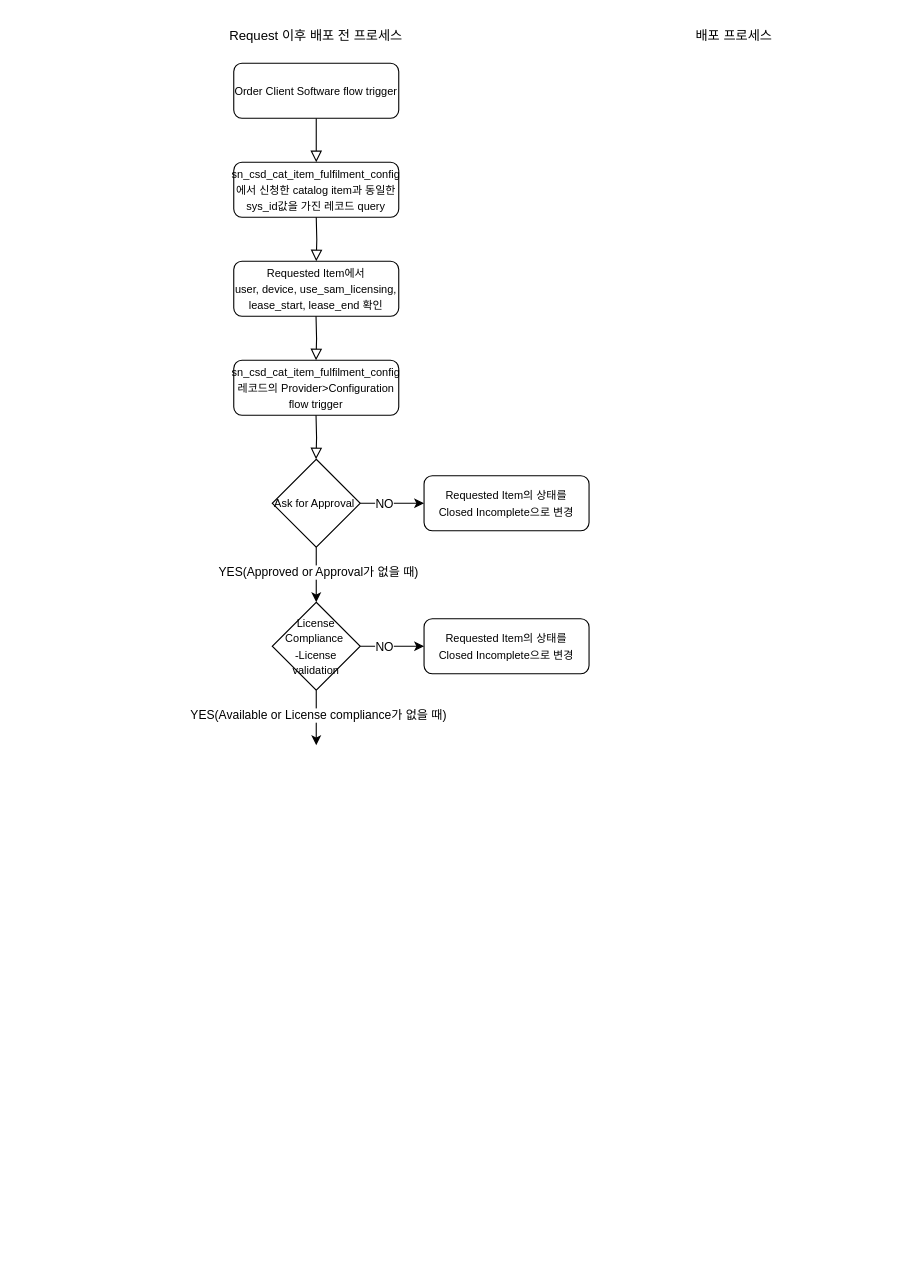
Earlier version of the draw.io diagram page "request 이후 프로세스" (2 of 2) of Jamf 배포.drawio (okrang/ServiceNow). Source tidied: cells renumbered, new cells numbered last; positions are measured from the earlier drawing's top-left corner, leaving out a move shared by most shapes. Both pictures are drawn from the tidied source at 110%, with x=0, y=0 at pixel (228, 19).
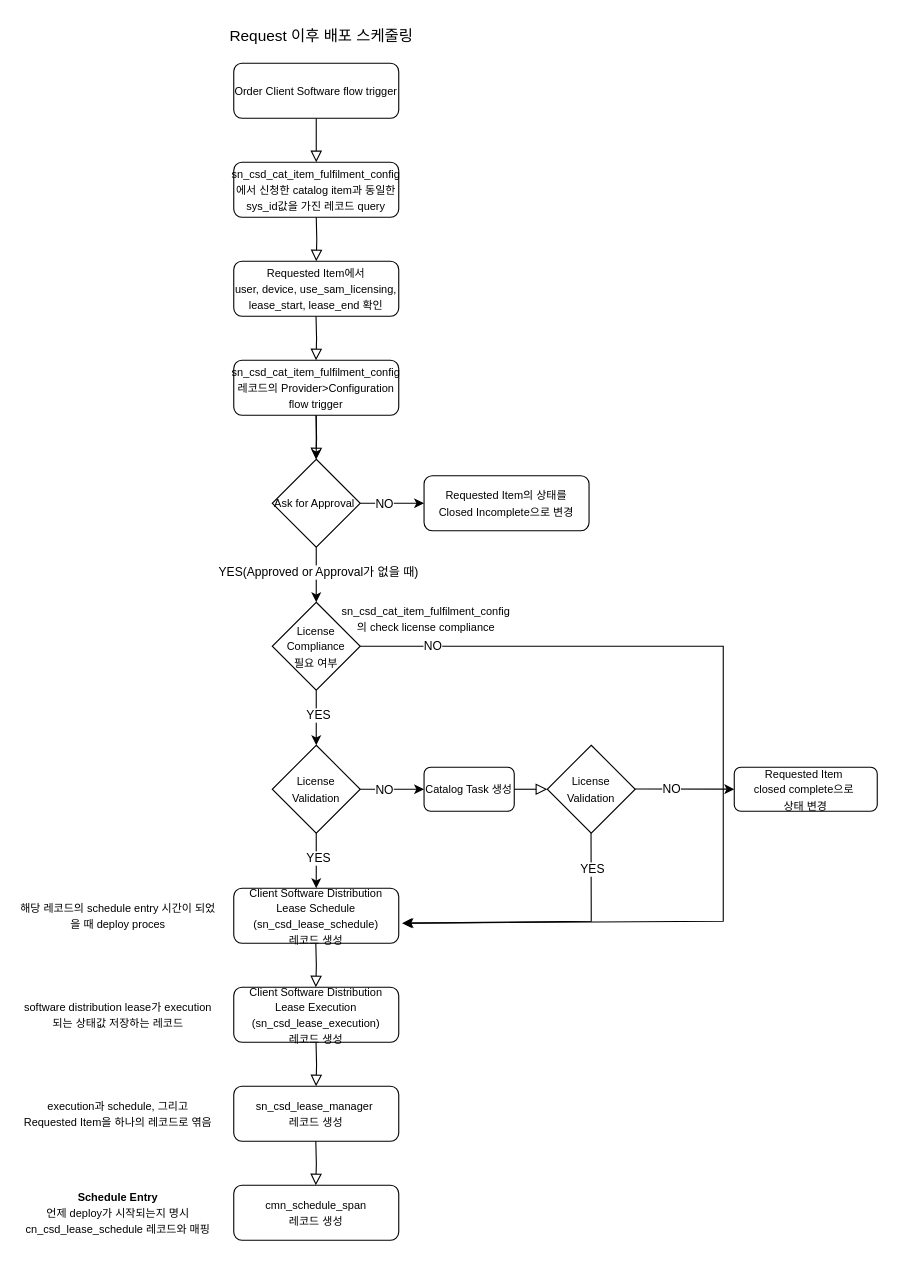
After the change.

Commit message:
Jamf 배포.drawio 업데이트

Unchanged cells that the change refers to:
```xml
<mxCell id="11" value="&lt;span style=&quot;font-size: 10px;&quot;&gt;Ask for Approval&amp;nbsp;&lt;/span&gt;" style="rhombus;whiteSpace=wrap;html=1;" parent="1" vertex="1">
  <mxGeometry x="40" y="400" width="80" height="80" as="geometry" />
</mxCell>
<mxCell id="14" value="&lt;span style=&quot;font-size: 10px;&quot;&gt;sn_csd_cat_item_fulfilment_config 레코드의 Provider&amp;gt;Configuration flow trigger&lt;/span&gt;" style="rounded=1;whiteSpace=wrap;html=1;fontSize=12;glass=0;strokeWidth=1;shadow=0;" parent="1" vertex="1">
  <mxGeometry x="5" y="310" width="150" height="50" as="geometry" />
</mxCell>
<mxCell id="19" style="endArrow=classic;html=1;rounded=0;exitX=0.5;exitY=1;exitDx=0;exitDy=0;entryX=0.5;entryY=0;entryDx=0;entryDy=0;" parent="1" edge="1" source="21">
  <mxGeometry relative="1" as="geometry">
    <mxPoint x="80" y="660" as="targetPoint" />
  </mxGeometry>
</mxCell>
```

Change to the diagram source:
```diff
@@
-    <mxCell id="2" value="Request 이후 배포 전 프로세스" style="text;html=1;align=center;verticalAlign=middle;whiteSpace=wrap;rounded=0;" parent="1" vertex="1">
-      <mxGeometry width="160" height="30" as="geometry" />
+    <mxCell id="2" value="&lt;font style=&quot;font-size: 14px;&quot;&gt;Request 이후 배포 스케줄링&lt;/font&gt;" style="text;html=1;align=center;verticalAlign=middle;whiteSpace=wrap;rounded=0;" parent="1" vertex="1">
+      <mxGeometry x="-40" width="250" height="30" as="geometry" />
     </mxCell>
@@
+    <mxCell id="24" style="edgeStyle=orthogonalEdgeStyle;rounded=0;jettySize=auto;html=1;" parent="1" edge="1" source="14" target="11">
+      <mxGeometry relative="1" as="geometry" />
+    </mxCell>
@@
-    <mxCell id="17" style="endArrow=classic;html=1;rounded=0;exitX=1;exitY=0.5;exitDx=0;exitDy=0;" parent="1" edge="1" source="21">
-      <mxGeometry relative="1" as="geometry">
-        <mxPoint x="178" y="570" as="targetPoint" />
-      </mxGeometry>
-    </mxCell>
-    <mxCell id="18" value="NO" style="edgeLabel;html=1;align=center;verticalAlign=middle;" parent="17" vertex="1">
-      <mxGeometry x="-0.26" relative="1" as="geometry" />
-    </mxCell>
@@
-    <mxCell id="20" value="YES(Available or License compliance가 없을 때)" style="edgeLabel;html=1;align=center;verticalAlign=middle;" parent="19" vertex="1">
+    <mxCell id="20" value="YES" style="edgeLabel;html=1;align=center;verticalAlign=middle;" parent="19" vertex="1">
       <mxGeometry x="-0.12" y="1" relative="1" as="geometry" />
     </mxCell>
-    <mxCell id="21" value="&lt;span style=&quot;font-size: 10px;&quot;&gt;License&lt;/span&gt;&lt;div&gt;&lt;span style=&quot;font-size: 10px;&quot;&gt;Compliance&amp;nbsp;&lt;/span&gt;&lt;/div&gt;&lt;div&gt;&lt;span style=&quot;font-size: 10px;&quot;&gt;-License validation&lt;/span&gt;&lt;/div&gt;" style="rhombus;whiteSpace=wrap;html=1;" parent="1" vertex="1">
+    <mxCell id="21" value="&lt;span style=&quot;font-size: 10px;&quot;&gt;License Compliance&lt;/span&gt;&lt;div&gt;&lt;span style=&quot;font-size: 10px;&quot;&gt;필요 여부&lt;/span&gt;&lt;/div&gt;" style="rhombus;whiteSpace=wrap;html=1;" parent="1" vertex="1">
       <mxGeometry x="40" y="530" width="80" height="80" as="geometry" />
     </mxCell>
-    <mxCell id="22" value="&lt;span style=&quot;font-size: 10px;&quot;&gt;Requested Item의 상태를&lt;/span&gt;&lt;div&gt;&lt;span style=&quot;font-size: 10px;&quot;&gt;Closed Incomplete으로 변경&lt;/span&gt;&lt;/div&gt;" style="rounded=1;whiteSpace=wrap;html=1;fontSize=12;glass=0;strokeWidth=1;shadow=0;" parent="1" vertex="1">
-      <mxGeometry x="178" y="545" width="150" height="50" as="geometry" />
-    </mxCell>
-    <mxCell id="23" value="배포 프로세스" style="text;html=1;align=center;verticalAlign=middle;whiteSpace=wrap;rounded=0;" parent="1" vertex="1">
-      <mxGeometry x="380" width="160" height="30" as="geometry" />
-    </mxCell>
+    <mxCell id="25" style="endArrow=classic;html=1;rounded=0;exitX=1;exitY=0.5;exitDx=0;exitDy=0;" parent="1" edge="1" source="29">
+      <mxGeometry relative="1" as="geometry">
+        <mxPoint x="178" y="700" as="targetPoint" />
+      </mxGeometry>
+    </mxCell>
+    <mxCell id="26" value="NO" style="edgeLabel;html=1;align=center;verticalAlign=middle;" parent="25" vertex="1">
+      <mxGeometry x="-0.26" relative="1" as="geometry" />
+    </mxCell>
+    <mxCell id="27" style="endArrow=classic;html=1;rounded=0;exitX=0.5;exitY=1;exitDx=0;exitDy=0;entryX=0.5;entryY=0;entryDx=0;entryDy=0;" parent="1" edge="1" source="29">
+      <mxGeometry relative="1" as="geometry">
+        <mxPoint x="80" y="790" as="targetPoint" />
+      </mxGeometry>
+    </mxCell>
+    <mxCell id="28" value="YES" style="edgeLabel;html=1;align=center;verticalAlign=middle;" parent="27" vertex="1">
+      <mxGeometry x="-0.12" y="1" relative="1" as="geometry" />
+    </mxCell>
+    <mxCell id="29" value="&lt;span style=&quot;font-size: 10px;&quot;&gt;License Validation&lt;/span&gt;" style="rhombus;whiteSpace=wrap;html=1;" parent="1" vertex="1">
+      <mxGeometry x="40" y="660" width="80" height="80" as="geometry" />
+    </mxCell>
+    <mxCell id="30" value="&lt;span style=&quot;font-size: 10px;&quot;&gt;sn_csd_cat_item_fulfilment_config의 check license compliance&lt;/span&gt;" style="text;html=1;align=center;verticalAlign=middle;whiteSpace=wrap;rounded=0;" parent="1" vertex="1">
+      <mxGeometry x="110" y="530" width="140" height="30" as="geometry" />
+    </mxCell>
+    <mxCell id="31" style="endArrow=classic;html=1;rounded=0;exitX=1;exitY=0.5;exitDx=0;exitDy=0;entryX=1.02;entryY=0.635;entryDx=0;entryDy=0;entryPerimeter=0;" parent="1" edge="1" source="21" target="33">
+      <mxGeometry relative="1" as="geometry">
+        <Array as="points">
+          <mxPoint x="450" y="570" />
+          <mxPoint x="450" y="820" />
+        </Array>
+      </mxGeometry>
+    </mxCell>
+    <mxCell id="32" value="NO" style="edgeLabel;html=1;align=center;verticalAlign=middle;" parent="31" vertex="1">
+      <mxGeometry x="-0.85" y="1" relative="1" as="geometry" />
+    </mxCell>
+    <mxCell id="33" value="&lt;span style=&quot;font-size: 10px;&quot;&gt;Client Software Distribution Lease Schedule&lt;br&gt;(sn_csd_lease_schedule)&lt;/span&gt;&lt;div&gt;&lt;span style=&quot;font-size: 10px;&quot;&gt;레코드 생성&lt;/span&gt;&lt;/div&gt;" style="rounded=1;whiteSpace=wrap;html=1;fontSize=12;glass=0;strokeWidth=1;shadow=0;" parent="1" vertex="1">
+      <mxGeometry x="5" y="790" width="150" height="50" as="geometry" />
+    </mxCell>
+    <mxCell id="34" value="&lt;span style=&quot;font-size: 10px;&quot;&gt;Catalog Task 생성&lt;/span&gt;" style="rounded=1;whiteSpace=wrap;html=1;fontSize=12;glass=0;strokeWidth=1;shadow=0;" parent="1" vertex="1">
+      <mxGeometry x="178" y="680" width="82" height="40" as="geometry" />
+    </mxCell>
+    <mxCell id="35" value="&lt;span style=&quot;font-size: 10px;&quot;&gt;License Validation&lt;/span&gt;" style="rhombus;whiteSpace=wrap;html=1;" parent="1" vertex="1">
+      <mxGeometry x="290" y="660" width="80" height="80" as="geometry" />
+    </mxCell>
+    <mxCell id="36" style="rounded=0;html=1;jettySize=auto;fontSize=11;endArrow=block;endFill=0;endSize=8;strokeWidth=1;shadow=0;labelBackgroundColor=none;edgeStyle=orthogonalEdgeStyle;entryX=0;entryY=0.5;entryDx=0;entryDy=0;exitX=1;exitY=0.5;exitDx=0;exitDy=0;" parent="1" edge="1" source="34" target="35">
+      <mxGeometry relative="1" as="geometry" />
+    </mxCell>
+    <mxCell id="37" style="endArrow=classic;html=1;rounded=0;exitX=1;exitY=0.5;exitDx=0;exitDy=0;" parent="1" edge="1" target="41">
+      <mxGeometry relative="1" as="geometry">
+        <mxPoint x="370" y="699.8" as="sourcePoint" />
+      </mxGeometry>
+    </mxCell>
+    <mxCell id="38" value="NO" style="edgeLabel;html=1;align=center;verticalAlign=middle;" parent="37" vertex="1">
+      <mxGeometry x="-0.26" relative="1" as="geometry" />
+    </mxCell>
+    <mxCell id="39" style="endArrow=classic;html=1;rounded=0;exitX=0.5;exitY=1;exitDx=0;exitDy=0;entryX=1.029;entryY=0.635;entryDx=0;entryDy=0;entryPerimeter=0;" parent="1" edge="1" target="33">
+      <mxGeometry relative="1" as="geometry">
+        <mxPoint x="329.8" y="740" as="sourcePoint" />
+        <Array as="points">
+          <mxPoint x="330" y="820" />
+        </Array>
+      </mxGeometry>
+    </mxCell>
+    <mxCell id="40" value="YES" style="edgeLabel;html=1;align=center;verticalAlign=middle;" parent="39" vertex="1">
+      <mxGeometry x="-0.74" y="1" relative="1" as="geometry" />
+    </mxCell>
+    <mxCell id="41" value="&lt;font style=&quot;font-size: 10px;&quot;&gt;Requested Item&amp;nbsp;&lt;/font&gt;&lt;div&gt;&lt;font style=&quot;font-size: 10px;&quot;&gt;closed complete으로&amp;nbsp;&lt;/font&gt;&lt;/div&gt;&lt;div&gt;&lt;font style=&quot;font-size: 10px;&quot;&gt;상태 변경&lt;/font&gt;&lt;/div&gt;" style="rounded=1;whiteSpace=wrap;html=1;" parent="1" vertex="1">
+      <mxGeometry x="460" y="680" width="130" height="40" as="geometry" />
+    </mxCell>
+    <mxCell id="42" value="&lt;span style=&quot;font-size: 10px;&quot;&gt;Client Software Distribution Lease Execution&lt;br&gt;(sn_csd_lease_execution)&lt;/span&gt;&lt;div&gt;&lt;span style=&quot;font-size: 10px;&quot;&gt;레코드 생성&lt;/span&gt;&lt;/div&gt;" style="rounded=1;whiteSpace=wrap;html=1;fontSize=12;glass=0;strokeWidth=1;shadow=0;" parent="1" vertex="1">
+      <mxGeometry x="5" y="880" width="150" height="50" as="geometry" />
+    </mxCell>
+    <mxCell id="43" style="rounded=0;html=1;jettySize=auto;orthogonalLoop=1;fontSize=11;endArrow=block;endFill=0;endSize=8;strokeWidth=1;shadow=0;labelBackgroundColor=none;edgeStyle=orthogonalEdgeStyle;" parent="1" edge="1">
+      <mxGeometry relative="1" as="geometry">
+        <mxPoint x="79.6" y="840" as="sourcePoint" />
+        <mxPoint x="79.6" y="880" as="targetPoint" />
+      </mxGeometry>
+    </mxCell>
+    <mxCell id="44" value="&lt;span style=&quot;font-size: 10px;&quot;&gt;sn_csd_lease_manager&amp;nbsp;&lt;/span&gt;&lt;div&gt;&lt;span style=&quot;font-size: 10px;&quot;&gt;레코드 생성&lt;/span&gt;&lt;/div&gt;" style="rounded=1;whiteSpace=wrap;html=1;fontSize=12;glass=0;strokeWidth=1;shadow=0;" parent="1" vertex="1">
+      <mxGeometry x="5" y="970" width="150" height="50" as="geometry" />
+    </mxCell>
+    <mxCell id="45" style="rounded=0;html=1;jettySize=auto;orthogonalLoop=1;fontSize=11;endArrow=block;endFill=0;endSize=8;strokeWidth=1;shadow=0;labelBackgroundColor=none;edgeStyle=orthogonalEdgeStyle;" parent="1" edge="1">
+      <mxGeometry relative="1" as="geometry">
+        <mxPoint x="79.8" y="930" as="sourcePoint" />
+        <mxPoint x="79.8" y="970" as="targetPoint" />
+      </mxGeometry>
+    </mxCell>
+    <mxCell id="46" value="&lt;font style=&quot;font-size: 10px;&quot;&gt;해당 레코드의 schedule entry 시간이 되었을 때 deploy proces&lt;/font&gt;" style="text;html=1;align=center;verticalAlign=middle;whiteSpace=wrap;rounded=0;" parent="1" vertex="1">
+      <mxGeometry x="-190" y="780" width="180" height="70" as="geometry" />
+    </mxCell>
+    <mxCell id="47" value="&lt;span style=&quot;font-size: 10px;&quot;&gt;cmn_schedule_span&lt;/span&gt;&lt;div&gt;&lt;span style=&quot;font-size: 10px;&quot;&gt;레코드 생성&lt;/span&gt;&lt;/div&gt;" style="rounded=1;whiteSpace=wrap;html=1;fontSize=12;glass=0;strokeWidth=1;shadow=0;" parent="1" vertex="1">
+      <mxGeometry x="5" y="1060" width="150" height="50" as="geometry" />
+    </mxCell>
+    <mxCell id="48" value="&lt;span style=&quot;font-size: 10px;&quot;&gt;execution과 schedule, 그리고 Requested Item을 하나의 레코드로 엮음&lt;/span&gt;" style="text;html=1;align=center;verticalAlign=middle;whiteSpace=wrap;rounded=0;" parent="1" vertex="1">
+      <mxGeometry x="-190" y="960" width="180" height="70" as="geometry" />
+    </mxCell>
+    <mxCell id="49" value="&lt;span style=&quot;font-size: 10px;&quot;&gt;software distribution lease가 execution되는 상태값 저장하는 레코드&lt;/span&gt;" style="text;html=1;align=center;verticalAlign=middle;whiteSpace=wrap;rounded=0;" parent="1" vertex="1">
+      <mxGeometry x="-190" y="870" width="180" height="70" as="geometry" />
+    </mxCell>
+    <mxCell id="50" value="&lt;span style=&quot;font-size: 10px;&quot;&gt;&lt;b&gt;Schedule Entry&lt;/b&gt;&lt;/span&gt;&lt;div&gt;&lt;span style=&quot;font-size: 10px;&quot;&gt;언제 deploy가 시작되는지 명시&lt;/span&gt;&lt;/div&gt;&lt;div&gt;&lt;span style=&quot;font-size: 10px;&quot;&gt;cn_csd_lease_schedule 레코드와 매핑&lt;/span&gt;&lt;/div&gt;" style="text;html=1;align=center;verticalAlign=middle;whiteSpace=wrap;rounded=0;" parent="1" vertex="1">
+      <mxGeometry x="-190" y="1050" width="180" height="70" as="geometry" />
+    </mxCell>
+    <mxCell id="51" style="rounded=0;html=1;jettySize=auto;orthogonalLoop=1;fontSize=11;endArrow=block;endFill=0;endSize=8;strokeWidth=1;shadow=0;labelBackgroundColor=none;edgeStyle=orthogonalEdgeStyle;" parent="1" edge="1">
+      <mxGeometry relative="1" as="geometry">
+        <mxPoint x="79.6" y="1020" as="sourcePoint" />
+        <mxPoint x="79.6" y="1060" as="targetPoint" />
+      </mxGeometry>
+    </mxCell>
```
